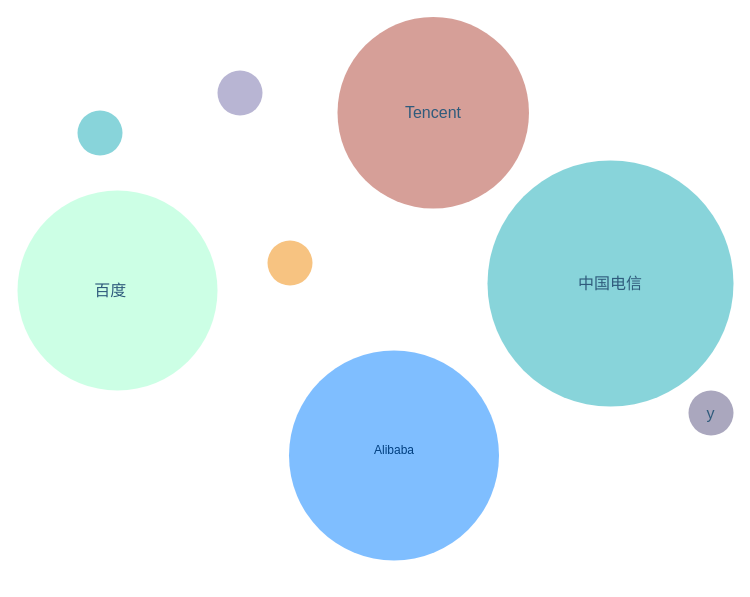
Above: Untitled Diagram.drawio in iaak/hello-world (draw.io), before the change. Source tidied: cells renumbered, new cells numbered last; positions are measured from the earlier drawing's top-left corner, leaving out a move shared by most shapes. Both pictures are drawn from the tidied source at 100%, with x=0, y=0 at pixel (17, 16).
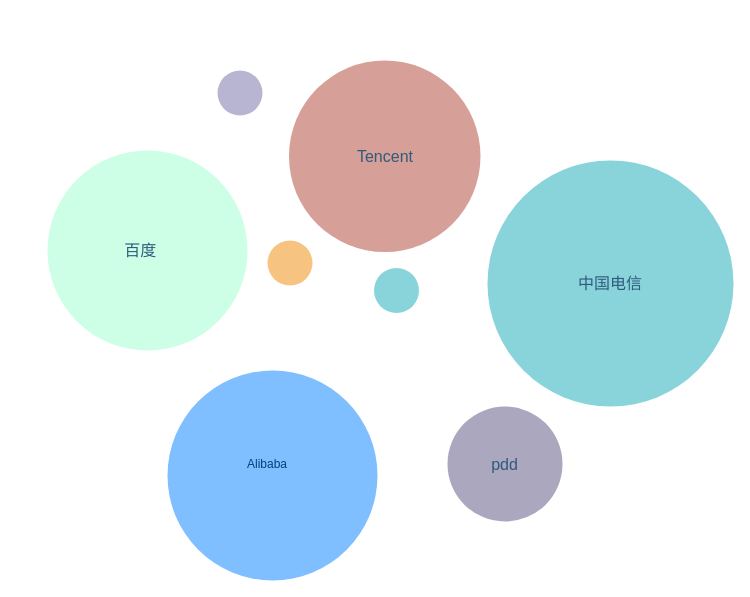
Above is the later version.

Diff of the diagram source:
```diff
@@
 <mxGraphModel background="#ffffff">
   <root>
     <mxCell id="0" />
     <mxCell id="1" parent="0" />
     <mxCell id="2" value="&lt;div style=&quot;text-align: center ; font-size: 16px&quot;&gt;&lt;br&gt;&lt;/div&gt;" style="ellipse;whiteSpace=wrap;html=1;rounded=1;shadow=0;glass=0;labelBackgroundColor=none;strokeColor=none;strokeWidth=1;fillColor=#F08705;gradientColor=none;fontFamily=Helvetica;fontSize=16;fontColor=#2F5B7C;align=center;opacity=50;verticalAlign=top;spacing=15;" parent="1" vertex="1">
       <mxGeometry x="250" y="224" width="45" height="45" as="geometry" />
     </mxCell>
     <mxCell id="3" style="ellipse;whiteSpace=wrap;html=1;rounded=1;shadow=0;glass=0;labelBackgroundColor=none;strokeColor=none;strokeWidth=1;fillColor=#736CA8;gradientColor=none;fontFamily=Helvetica;fontSize=16;fontColor=#2F5B7C;align=left;opacity=50;spacing=15;" parent="1" vertex="1">
       <mxGeometry x="200" y="54" width="45" height="45" as="geometry" />
     </mxCell>
     <mxCell id="4" value="&amp;nbsp; &amp;nbsp; &amp;nbsp; &amp;nbsp; &amp;nbsp; &amp;nbsp; &amp;nbsp; 百度" style="ellipse;whiteSpace=wrap;html=1;rounded=1;shadow=0;glass=0;labelBackgroundColor=none;strokeColor=none;strokeWidth=1;fillColor=#99FFCC;gradientColor=none;fontFamily=Helvetica;fontSize=16;fontColor=#2F5B7C;align=left;opacity=50;spacing=15;" parent="1" vertex="1">
-      <mxGeometry y="174" width="200" height="200" as="geometry" />
+      <mxGeometry x="30" y="134" width="200" height="200" as="geometry" />
     </mxCell>
     <mxCell id="5" value="中国电信" style="ellipse;whiteSpace=wrap;html=1;rounded=1;shadow=0;glass=0;labelBackgroundColor=none;strokeColor=none;strokeWidth=1;fillColor=#12AAB5;gradientColor=none;fontFamily=Helvetica;fontSize=16;fontColor=#2F5B7C;align=center;opacity=50;spacing=15;" parent="1" vertex="1">
       <mxGeometry x="470" y="144" width="246" height="246" as="geometry" />
     </mxCell>
     <mxCell id="6" style="ellipse;whiteSpace=wrap;html=1;rounded=1;shadow=0;glass=0;labelBackgroundColor=none;strokeColor=none;strokeWidth=1;fillColor=#12AAB5;gradientColor=none;fontFamily=Helvetica;fontSize=16;fontColor=#2F5B7C;align=center;opacity=50;spacing=15;" parent="1" vertex="1">
-      <mxGeometry x="60" y="94" width="45" height="45" as="geometry" />
+      <mxGeometry x="356.5" y="251.5" width="45" height="45" as="geometry" />
     </mxCell>
     <mxCell id="7" value="Tencent" style="ellipse;whiteSpace=wrap;html=1;rounded=1;shadow=0;glass=0;labelBackgroundColor=none;strokeColor=none;strokeWidth=1;fillColor=#AE4132;gradientColor=none;fontFamily=Helvetica;fontSize=16;fontColor=#2F5B7C;align=center;opacity=50;spacing=15;" parent="1" vertex="1">
-      <mxGeometry x="320" y="0.5" width="191.5" height="191.5" as="geometry" />
+      <mxGeometry x="271.5" y="44" width="191.5" height="191.5" as="geometry" />
     </mxCell>
-    <mxCell id="8" value="y" style="ellipse;whiteSpace=wrap;html=1;rounded=1;shadow=0;glass=0;labelBackgroundColor=none;strokeColor=none;strokeWidth=1;fillColor=#56517E;gradientColor=none;fontFamily=Helvetica;fontSize=16;fontColor=#2F5B7C;align=center;opacity=50;spacing=15;" parent="1" vertex="1">
-      <mxGeometry x="671" y="374" width="45" height="45" as="geometry" />
+    <mxCell id="8" value="pdd" style="ellipse;whiteSpace=wrap;html=1;rounded=1;shadow=0;glass=0;labelBackgroundColor=none;strokeColor=none;strokeWidth=1;fillColor=#56517E;gradientColor=none;fontFamily=Helvetica;fontSize=16;fontColor=#2F5B7C;align=center;opacity=50;spacing=15;" parent="1" vertex="1">
+      <mxGeometry x="430" y="390" width="115" height="115" as="geometry" />
     </mxCell>
     <mxCell id="9" value="Alibaba" style="text;html=1;strokeColor=none;fillColor=none;align=center;verticalAlign=middle;whiteSpace=wrap;rounded=0;" parent="1" vertex="1">
-      <mxGeometry x="356.5" y="424" width="40" height="20" as="geometry" />
+      <mxGeometry x="230" y="437.5" width="40" height="20" as="geometry" />
     </mxCell>
     <mxCell id="10" value="&lt;div style=&quot;text-align: center ; font-size: 16px&quot;&gt;&lt;br&gt;&lt;/div&gt;" style="ellipse;whiteSpace=wrap;html=1;rounded=1;shadow=0;glass=0;labelBackgroundColor=none;strokeColor=none;strokeWidth=1;fillColor=#007FFF;gradientColor=none;fontFamily=Helvetica;fontSize=16;fontColor=#2F5B7C;align=center;opacity=50;verticalAlign=bottom;spacingBottom=15;spacing=15;" parent="1" vertex="1">
-      <mxGeometry x="271.5" y="334" width="210" height="210" as="geometry" />
+      <mxGeometry x="150" y="354" width="210" height="210" as="geometry" />
     </mxCell>
   </root>
 </mxGraphModel>
```
